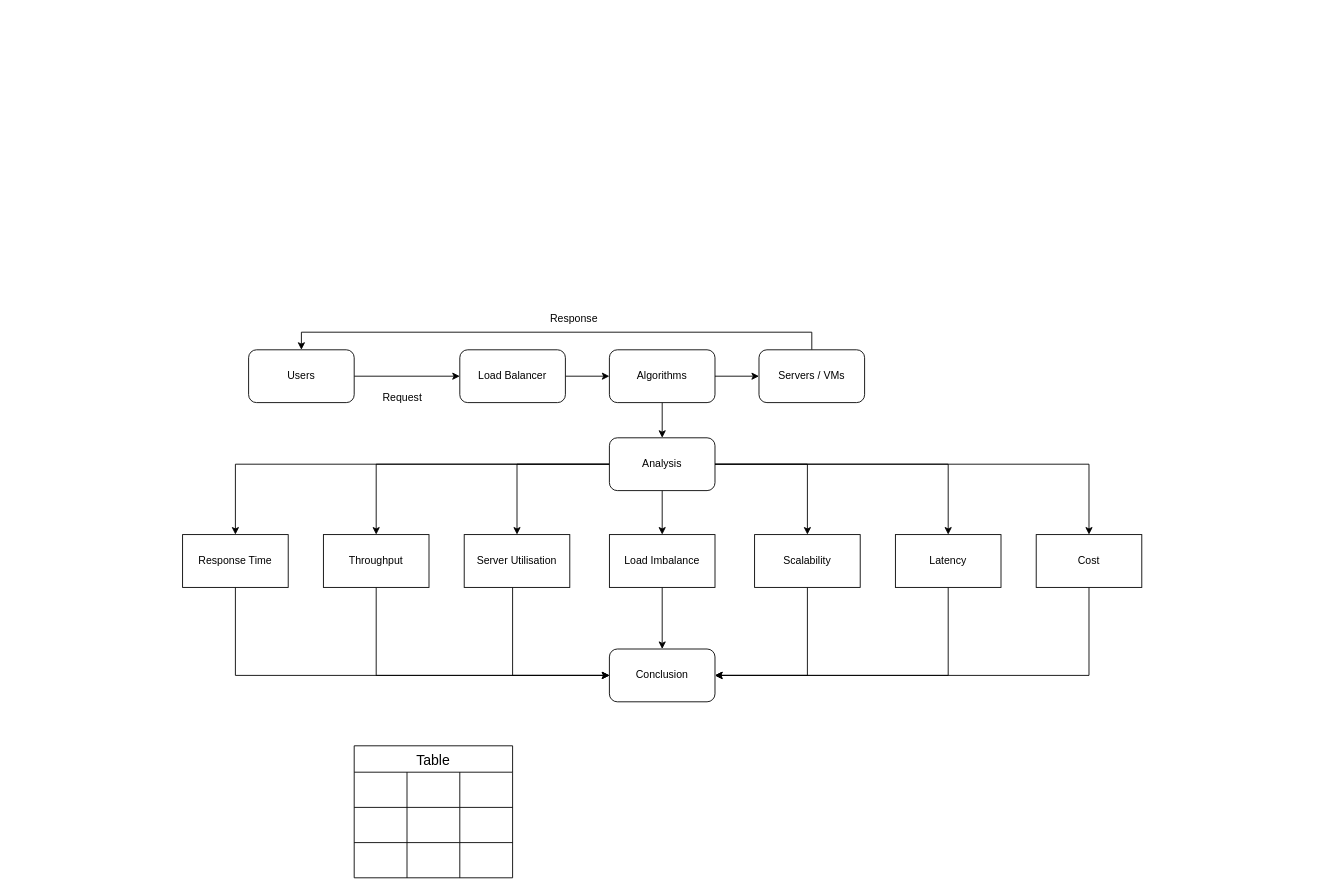
The draw.io diagram Untitled Diagram.drawio in illuminatryX/DAA-load-balancing, before the edit. Source tidied: cells renumbered, new cells numbered last; positions are measured from the earlier drawing's top-left corner, leaving out a move shared by most shapes. Both pictures are drawn from the tidied source at 88%, with x=0, y=0 at pixel (182, 305).
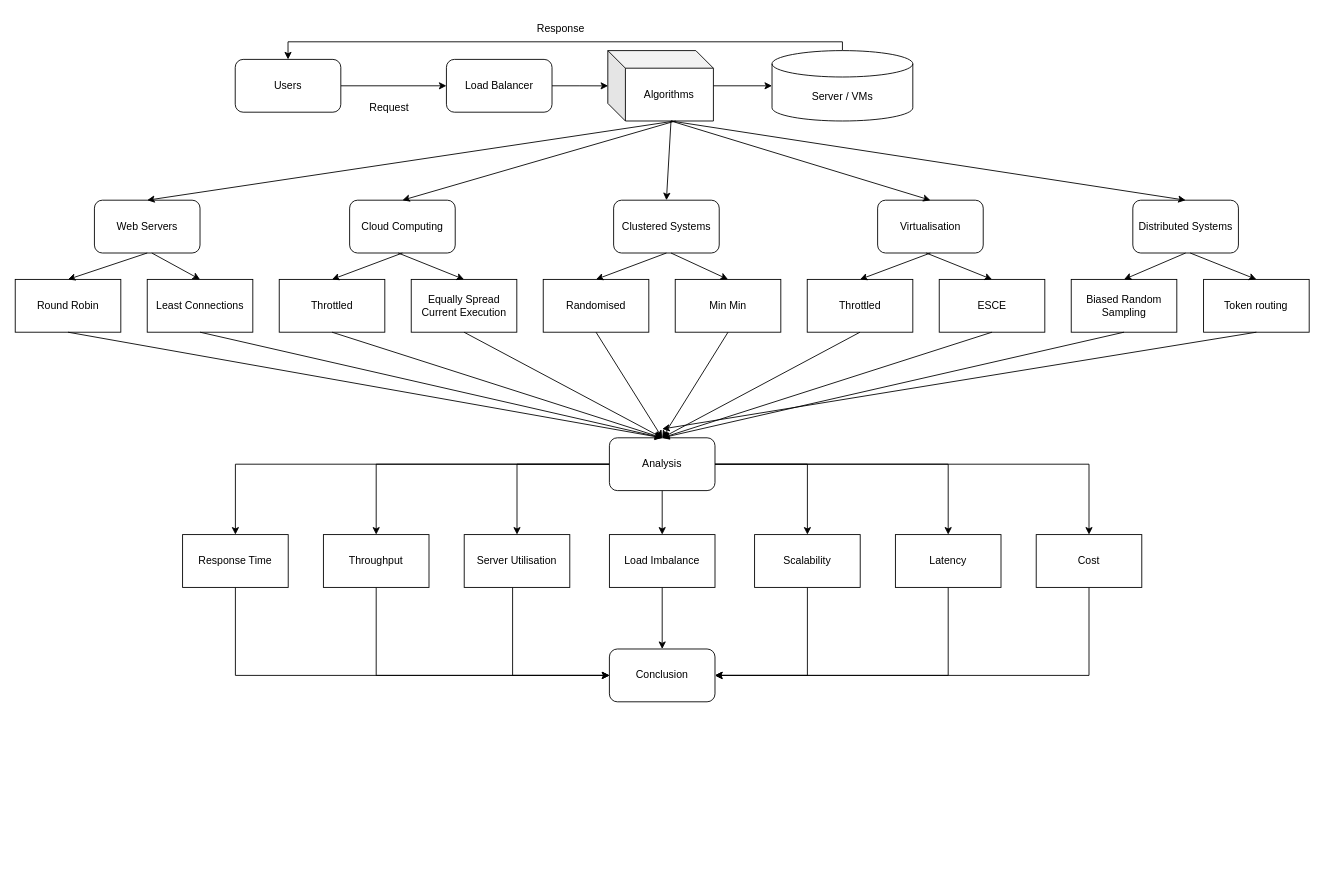
After the change.

The change refers to these unchanged cells:
```xml
<mxCell id="18" value="Analysis" style="rounded=1;whiteSpace=wrap;html=1;" parent="1" vertex="1">
  <mxGeometry x="485" y="150" width="120" height="60" as="geometry" />
</mxCell>
```

Diff of the diagram source:
```diff
@@
     <mxCell id="3" value="Users" style="rounded=1;whiteSpace=wrap;html=1;" parent="1" vertex="1">
-      <mxGeometry x="75" y="50" width="120" height="60" as="geometry" />
+      <mxGeometry x="59.8" y="-280" width="120" height="60" as="geometry" />
     </mxCell>
-    <mxCell id="4" style="edgeStyle=orthogonalEdgeStyle;rounded=0;jettySize=auto;html=1;entryX=0;entryY=0.5;entryDx=0;entryDy=0;" parent="1" edge="1" source="5" target="8">
-      <mxGeometry relative="1" as="geometry" />
-    </mxCell>
     <mxCell id="5" value="Load Balancer" style="rounded=1;whiteSpace=wrap;html=1;" parent="1" vertex="1">
-      <mxGeometry x="315" y="50" width="120" height="60" as="geometry" />
+      <mxGeometry x="299.8" y="-280" width="120" height="60" as="geometry" />
     </mxCell>
-    <mxCell id="6" style="edgeStyle=orthogonalEdgeStyle;rounded=0;jettySize=auto;html=1;entryX=0;entryY=0.5;entryDx=0;entryDy=0;" parent="1" edge="1" source="8" target="10">
-      <mxGeometry relative="1" as="geometry" />
-    </mxCell>
-    <mxCell id="7" style="edgeStyle=orthogonalEdgeStyle;rounded=0;jettySize=auto;html=1;entryX=0.5;entryY=0;entryDx=0;entryDy=0;" parent="1" edge="1" source="8" target="18">
-      <mxGeometry relative="1" as="geometry" />
-    </mxCell>
-    <mxCell id="8" value="Algorithms" style="rounded=1;whiteSpace=wrap;html=1;" parent="1" vertex="1">
-      <mxGeometry x="485" y="50" width="120" height="60" as="geometry" />
-    </mxCell>
-    <mxCell id="9" style="edgeStyle=orthogonalEdgeStyle;rounded=0;jettySize=auto;html=1;entryX=0.5;entryY=0;entryDx=0;entryDy=0;" parent="1" edge="1" source="10" target="3">
-      <mxGeometry relative="1" as="geometry">
-        <Array as="points">
-          <mxPoint x="715" y="30" />
-          <mxPoint x="135" y="30" />
-        </Array>
-      </mxGeometry>
-    </mxCell>
-    <mxCell id="10" value="Servers / VMs" style="rounded=1;whiteSpace=wrap;html=1;" parent="1" vertex="1">
-      <mxGeometry x="655" y="50" width="120" height="60" as="geometry" />
-    </mxCell>
@@
     <mxCell id="33" value="Request" style="text;html=1;align=center;verticalAlign=middle;whiteSpace=wrap;rounded=0;" parent="1" vertex="1">
-      <mxGeometry x="220" y="90" width="60" height="30" as="geometry" />
+      <mxGeometry x="204.8" y="-240" width="60" height="30" as="geometry" />
     </mxCell>
     <mxCell id="34" value="Response" style="text;html=1;align=center;verticalAlign=middle;whiteSpace=wrap;rounded=0;" parent="1" vertex="1">
-      <mxGeometry x="415" width="60" height="30" as="geometry" />
+      <mxGeometry x="399.8" y="-330" width="60" height="30" as="geometry" />
     </mxCell>
@@
-    <mxCell id="36" value="Table" style="shape=table;startSize=30;childLayout=tableLayout;strokeColor=default;fontSize=16;" parent="1" vertex="1">
-      <mxGeometry x="195" y="500" width="180" height="150" as="geometry" />
-    </mxCell>
-    <mxCell id="37" style="shape=tableRow;horizontal=0;startSize=0;swimlaneHead=0;swimlaneBody=0;strokeColor=inherit;top=0;left=0;bottom=0;right=0;fillColor=none;fontSize=16;" parent="36" vertex="1">
-      <mxGeometry y="30" width="180" height="40" as="geometry" />
-    </mxCell>
-    <mxCell id="38" style="shape=partialRectangle;html=1;whiteSpace=wrap;strokeColor=inherit;overflow=hidden;fillColor=none;top=0;left=0;bottom=0;right=0;fontSize=16;" parent="37" vertex="1">
-      <mxGeometry width="60" height="40" as="geometry" />
-    </mxCell>
-    <mxCell id="39" style="shape=partialRectangle;html=1;whiteSpace=wrap;strokeColor=inherit;overflow=hidden;fillColor=none;top=0;left=0;bottom=0;right=0;fontSize=16;" parent="37" vertex="1">
-      <mxGeometry x="60" width="60" height="40" as="geometry" />
-    </mxCell>
-    <mxCell id="40" style="shape=partialRectangle;html=1;whiteSpace=wrap;strokeColor=inherit;overflow=hidden;fillColor=none;top=0;left=0;bottom=0;right=0;fontSize=16;" parent="37" vertex="1">
-      <mxGeometry x="120" width="60" height="40" as="geometry" />
-    </mxCell>
-    <mxCell id="41" style="shape=tableRow;horizontal=0;startSize=0;swimlaneHead=0;swimlaneBody=0;strokeColor=inherit;top=0;left=0;bottom=0;right=0;fillColor=none;fontSize=16;" parent="36" vertex="1">
-      <mxGeometry y="70" width="180" height="40" as="geometry" />
-    </mxCell>
-    <mxCell id="42" style="shape=partialRectangle;html=1;whiteSpace=wrap;strokeColor=inherit;overflow=hidden;fillColor=none;top=0;left=0;bottom=0;right=0;fontSize=16;" parent="41" vertex="1">
-      <mxGeometry width="60" height="40" as="geometry" />
-    </mxCell>
-    <mxCell id="43" style="shape=partialRectangle;html=1;whiteSpace=wrap;strokeColor=inherit;overflow=hidden;fillColor=none;top=0;left=0;bottom=0;right=0;fontSize=16;" parent="41" vertex="1">
-      <mxGeometry x="60" width="60" height="40" as="geometry" />
-    </mxCell>
-    <mxCell id="44" style="shape=partialRectangle;html=1;whiteSpace=wrap;strokeColor=inherit;overflow=hidden;fillColor=none;top=0;left=0;bottom=0;right=0;fontSize=16;" parent="41" vertex="1">
-      <mxGeometry x="120" width="60" height="40" as="geometry" />
-    </mxCell>
-    <mxCell id="45" style="shape=tableRow;horizontal=0;startSize=0;swimlaneHead=0;swimlaneBody=0;strokeColor=inherit;top=0;left=0;bottom=0;right=0;fillColor=none;fontSize=16;" parent="36" vertex="1">
-      <mxGeometry y="110" width="180" height="40" as="geometry" />
-    </mxCell>
-    <mxCell id="46" style="shape=partialRectangle;html=1;whiteSpace=wrap;strokeColor=inherit;overflow=hidden;fillColor=none;top=0;left=0;bottom=0;right=0;fontSize=16;" parent="45" vertex="1">
-      <mxGeometry width="60" height="40" as="geometry" />
-    </mxCell>
-    <mxCell id="47" style="shape=partialRectangle;html=1;whiteSpace=wrap;strokeColor=inherit;overflow=hidden;fillColor=none;top=0;left=0;bottom=0;right=0;fontSize=16;" parent="45" vertex="1">
-      <mxGeometry x="60" width="60" height="40" as="geometry" />
-    </mxCell>
-    <mxCell id="48" style="shape=partialRectangle;html=1;whiteSpace=wrap;strokeColor=inherit;overflow=hidden;fillColor=none;top=0;left=0;bottom=0;right=0;fontSize=16;" parent="45" vertex="1">
-      <mxGeometry x="120" width="60" height="40" as="geometry" />
-    </mxCell>
+    <mxCell id="49" style="edgeStyle=orthogonalEdgeStyle;rounded=0;jettySize=auto;html=1;entryX=0.5;entryY=0;entryDx=0;entryDy=0;" parent="1" edge="1" source="50" target="3">
+      <mxGeometry relative="1" as="geometry">
+        <Array as="points">
+          <mxPoint x="749.8" y="-300" />
+          <mxPoint x="119.8" y="-300" />
+        </Array>
+      </mxGeometry>
+    </mxCell>
+    <mxCell id="50" value="Server / VMs" style="shape=cylinder3;whiteSpace=wrap;html=1;boundedLbl=1;backgroundOutline=1;size=15;" parent="1" vertex="1">
+      <mxGeometry x="669.8" y="-290" width="160" height="80" as="geometry" />
+    </mxCell>
+    <mxCell id="8" value="Algorithms" style="shape=cube;whiteSpace=wrap;html=1;boundedLbl=1;backgroundOutline=1;darkOpacity=0.05;darkOpacity2=0.1;" parent="1" vertex="1">
+      <mxGeometry x="483.2" y="-290" width="120" height="80" as="geometry" />
+    </mxCell>
+    <mxCell id="4" style="edgeStyle=orthogonalEdgeStyle;rounded=0;jettySize=auto;html=1;entryX=0.003;entryY=0.501;entryDx=0;entryDy=0;entryPerimeter=0;" parent="1" edge="1" source="5" target="8">
+      <mxGeometry relative="1" as="geometry" />
+    </mxCell>
+    <mxCell id="51" style="edgeStyle=orthogonalEdgeStyle;rounded=0;jettySize=auto;html=1;entryX=0;entryY=0.5;entryDx=0;entryDy=0;entryPerimeter=0;" parent="1" edge="1" source="8" target="50">
+      <mxGeometry relative="1" as="geometry" />
+    </mxCell>
+    <mxCell id="52" value="Web Servers" style="rounded=1;whiteSpace=wrap;html=1;" parent="1" vertex="1">
+      <mxGeometry x="-100.2" y="-120" width="120" height="60" as="geometry" />
+    </mxCell>
+    <mxCell id="53" value="Cloud Computing" style="rounded=1;whiteSpace=wrap;html=1;" parent="1" vertex="1">
+      <mxGeometry x="189.8" y="-120" width="120" height="60" as="geometry" />
+    </mxCell>
+    <mxCell id="54" value="Round Robin" style="rounded=0;whiteSpace=wrap;html=1;" parent="1" vertex="1">
+      <mxGeometry x="-190.2" y="-30" width="120" height="60" as="geometry" />
+    </mxCell>
+    <mxCell id="55" value="Least Connections" style="rounded=0;whiteSpace=wrap;html=1;" parent="1" vertex="1">
+      <mxGeometry x="-40.2" y="-30" width="120" height="60" as="geometry" />
+    </mxCell>
+    <mxCell id="56" value="Throttled" style="rounded=0;whiteSpace=wrap;html=1;" parent="1" vertex="1">
+      <mxGeometry x="109.8" y="-30" width="120" height="60" as="geometry" />
+    </mxCell>
+    <mxCell id="57" value="Equally Spread Current Execution" style="rounded=0;whiteSpace=wrap;html=1;" parent="1" vertex="1">
+      <mxGeometry x="259.8" y="-30" width="120" height="60" as="geometry" />
+    </mxCell>
+    <mxCell id="58" value="Clustered Systems" style="rounded=1;whiteSpace=wrap;html=1;" parent="1" vertex="1">
+      <mxGeometry x="489.8" y="-120" width="120" height="60" as="geometry" />
+    </mxCell>
+    <mxCell id="59" value="Randomised" style="rounded=0;whiteSpace=wrap;html=1;" parent="1" vertex="1">
+      <mxGeometry x="409.8" y="-30" width="120" height="60" as="geometry" />
+    </mxCell>
+    <mxCell id="60" value="Min Min" style="rounded=0;whiteSpace=wrap;html=1;" parent="1" vertex="1">
+      <mxGeometry x="559.8" y="-30" width="120" height="60" as="geometry" />
+    </mxCell>
+    <mxCell id="61" value="Virtualisation" style="rounded=1;whiteSpace=wrap;html=1;" parent="1" vertex="1">
+      <mxGeometry x="789.8" y="-120" width="120" height="60" as="geometry" />
+    </mxCell>
+    <mxCell id="62" value="Throttled" style="rounded=0;whiteSpace=wrap;html=1;" parent="1" vertex="1">
+      <mxGeometry x="709.8" y="-30" width="120" height="60" as="geometry" />
+    </mxCell>
+    <mxCell id="63" value="ESCE" style="rounded=0;whiteSpace=wrap;html=1;" parent="1" vertex="1">
+      <mxGeometry x="859.8" y="-30" width="120" height="60" as="geometry" />
+    </mxCell>
+    <mxCell id="64" value="Distributed Systems" style="rounded=1;whiteSpace=wrap;html=1;" parent="1" vertex="1">
+      <mxGeometry x="1079.8" y="-120" width="120" height="60" as="geometry" />
+    </mxCell>
+    <mxCell id="65" value="Biased Random Sampling" style="rounded=0;whiteSpace=wrap;html=1;" parent="1" vertex="1">
+      <mxGeometry x="1009.8" y="-30" width="120" height="60" as="geometry" />
+    </mxCell>
+    <mxCell id="66" value="Token routing" style="rounded=0;whiteSpace=wrap;html=1;" parent="1" vertex="1">
+      <mxGeometry x="1160.2" y="-30" width="120" height="60" as="geometry" />
+    </mxCell>
+    <mxCell id="67" style="endArrow=classic;html=1;rounded=0;exitX=0.617;exitY=1.004;exitDx=0;exitDy=0;exitPerimeter=0;entryX=0.5;entryY=0;entryDx=0;entryDy=0;" parent="1" edge="1" source="8" target="52">
+      <mxGeometry relative="1" as="geometry" />
+    </mxCell>
+    <mxCell id="68" style="endArrow=classic;html=1;rounded=0;exitX=0.642;exitY=0.999;exitDx=0;exitDy=0;exitPerimeter=0;entryX=0.5;entryY=0;entryDx=0;entryDy=0;" parent="1" edge="1" source="8" target="53">
+      <mxGeometry relative="1" as="geometry" />
+    </mxCell>
+    <mxCell id="69" style="endArrow=classic;html=1;rounded=0;entryX=0.5;entryY=0;entryDx=0;entryDy=0;" parent="1" edge="1" target="58">
+      <mxGeometry relative="1" as="geometry">
+        <mxPoint x="555" y="-210" as="sourcePoint" />
+      </mxGeometry>
+    </mxCell>
+    <mxCell id="70" style="endArrow=classic;html=1;rounded=0;entryX=0.5;entryY=0;entryDx=0;entryDy=0;" parent="1" edge="1" target="61">
+      <mxGeometry relative="1" as="geometry">
+        <mxPoint x="555" y="-210" as="sourcePoint" />
+      </mxGeometry>
+    </mxCell>
+    <mxCell id="71" style="endArrow=classic;html=1;rounded=0;entryX=0.5;entryY=0;entryDx=0;entryDy=0;" parent="1" edge="1" target="64">
+      <mxGeometry relative="1" as="geometry">
+        <mxPoint x="555" y="-210" as="sourcePoint" />
+      </mxGeometry>
+    </mxCell>
+    <mxCell id="72" style="endArrow=classic;html=1;rounded=0;exitX=0.5;exitY=1;exitDx=0;exitDy=0;entryX=0.5;entryY=0;entryDx=0;entryDy=0;" parent="1" edge="1" source="52" target="54">
+      <mxGeometry relative="1" as="geometry" />
+    </mxCell>
+    <mxCell id="73" style="endArrow=classic;html=1;rounded=0;entryX=0.5;entryY=0;entryDx=0;entryDy=0;" parent="1" edge="1" target="55">
+      <mxGeometry relative="1" as="geometry">
+        <mxPoint x="-35" y="-60" as="sourcePoint" />
+      </mxGeometry>
+    </mxCell>
+    <mxCell id="74" style="endArrow=classic;html=1;rounded=0;entryX=0.5;entryY=0;entryDx=0;entryDy=0;exitX=0.5;exitY=1;exitDx=0;exitDy=0;" parent="1" edge="1" source="53" target="56">
+      <mxGeometry relative="1" as="geometry" />
+    </mxCell>
+    <mxCell id="75" style="endArrow=classic;html=1;rounded=0;entryX=0.5;entryY=0;entryDx=0;entryDy=0;" parent="1" edge="1" target="57">
+      <mxGeometry relative="1" as="geometry">
+        <mxPoint x="245" y="-60" as="sourcePoint" />
+      </mxGeometry>
+    </mxCell>
+    <mxCell id="76" style="endArrow=classic;html=1;rounded=0;entryX=0.5;entryY=0;entryDx=0;entryDy=0;exitX=0.5;exitY=1;exitDx=0;exitDy=0;" parent="1" edge="1" source="58" target="59">
+      <mxGeometry relative="1" as="geometry" />
+    </mxCell>
+    <mxCell id="77" style="endArrow=classic;html=1;rounded=0;entryX=0.5;entryY=0;entryDx=0;entryDy=0;" parent="1" edge="1" target="60">
+      <mxGeometry relative="1" as="geometry">
+        <mxPoint x="555" y="-60" as="sourcePoint" />
+      </mxGeometry>
+    </mxCell>
+    <mxCell id="78" style="endArrow=classic;html=1;rounded=0;entryX=0.5;entryY=0;entryDx=0;entryDy=0;exitX=0.5;exitY=1;exitDx=0;exitDy=0;" parent="1" edge="1" source="61" target="62">
+      <mxGeometry relative="1" as="geometry" />
+    </mxCell>
+    <mxCell id="79" style="endArrow=classic;html=1;rounded=0;entryX=0.5;entryY=0;entryDx=0;entryDy=0;" parent="1" edge="1" target="63">
+      <mxGeometry relative="1" as="geometry">
+        <mxPoint x="845" y="-60" as="sourcePoint" />
+      </mxGeometry>
+    </mxCell>
+    <mxCell id="80" style="endArrow=classic;html=1;rounded=0;entryX=0.5;entryY=0;entryDx=0;entryDy=0;exitX=0.5;exitY=1;exitDx=0;exitDy=0;" parent="1" edge="1" source="64" target="65">
+      <mxGeometry relative="1" as="geometry" />
+    </mxCell>
+    <mxCell id="81" style="endArrow=classic;html=1;rounded=0;entryX=0.5;entryY=0;entryDx=0;entryDy=0;" parent="1" edge="1" target="66">
+      <mxGeometry relative="1" as="geometry">
+        <mxPoint x="1145" y="-60" as="sourcePoint" />
+      </mxGeometry>
+    </mxCell>
+    <mxCell id="82" style="endArrow=classic;html=1;rounded=0;entryX=0.5;entryY=0;entryDx=0;entryDy=0;exitX=0.5;exitY=1;exitDx=0;exitDy=0;" parent="1" edge="1" source="54" target="18">
+      <mxGeometry relative="1" as="geometry" />
+    </mxCell>
+    <mxCell id="83" style="endArrow=classic;html=1;rounded=0;entryX=0.5;entryY=0;entryDx=0;entryDy=0;exitX=0.5;exitY=1;exitDx=0;exitDy=0;" parent="1" edge="1" source="55" target="18">
+      <mxGeometry relative="1" as="geometry" />
+    </mxCell>
+    <mxCell id="84" style="endArrow=classic;html=1;rounded=0;entryX=0.5;entryY=0;entryDx=0;entryDy=0;exitX=0.5;exitY=1;exitDx=0;exitDy=0;" parent="1" edge="1" source="56" target="18">
+      <mxGeometry relative="1" as="geometry" />
+    </mxCell>
+    <mxCell id="85" style="endArrow=classic;html=1;rounded=0;exitX=0.5;exitY=1;exitDx=0;exitDy=0;" parent="1" edge="1" source="57">
+      <mxGeometry relative="1" as="geometry">
+        <mxPoint x="545" y="150" as="targetPoint" />
+      </mxGeometry>
+    </mxCell>
+    <mxCell id="86" style="endArrow=classic;html=1;rounded=0;exitX=0.5;exitY=1;exitDx=0;exitDy=0;" parent="1" edge="1" source="59">
+      <mxGeometry relative="1" as="geometry">
+        <mxPoint x="545" y="150" as="targetPoint" />
+      </mxGeometry>
+    </mxCell>
+    <mxCell id="87" style="endArrow=classic;html=1;rounded=0;exitX=0.5;exitY=1;exitDx=0;exitDy=0;" parent="1" edge="1" source="60">
+      <mxGeometry relative="1" as="geometry">
+        <mxPoint x="545" y="150" as="targetPoint" />
+      </mxGeometry>
+    </mxCell>
+    <mxCell id="88" style="endArrow=classic;html=1;rounded=0;exitX=0.5;exitY=1;exitDx=0;exitDy=0;" parent="1" edge="1" source="62">
+      <mxGeometry relative="1" as="geometry">
+        <mxPoint x="545" y="150" as="targetPoint" />
+      </mxGeometry>
+    </mxCell>
+    <mxCell id="89" style="endArrow=classic;html=1;rounded=0;exitX=0.5;exitY=1;exitDx=0;exitDy=0;entryX=0.5;entryY=0;entryDx=0;entryDy=0;" parent="1" edge="1" source="63" target="18">
+      <mxGeometry relative="1" as="geometry" />
+    </mxCell>
+    <mxCell id="90" style="endArrow=classic;html=1;rounded=0;exitX=0.5;exitY=1;exitDx=0;exitDy=0;entryX=0.5;entryY=0;entryDx=0;entryDy=0;" parent="1" edge="1" source="65" target="18">
+      <mxGeometry relative="1" as="geometry" />
+    </mxCell>
+    <mxCell id="91" style="endArrow=classic;html=1;rounded=0;exitX=0.5;exitY=1;exitDx=0;exitDy=0;" parent="1" edge="1" source="66">
+      <mxGeometry relative="1" as="geometry">
+        <mxPoint x="545" y="140" as="targetPoint" />
+      </mxGeometry>
+    </mxCell>
```
